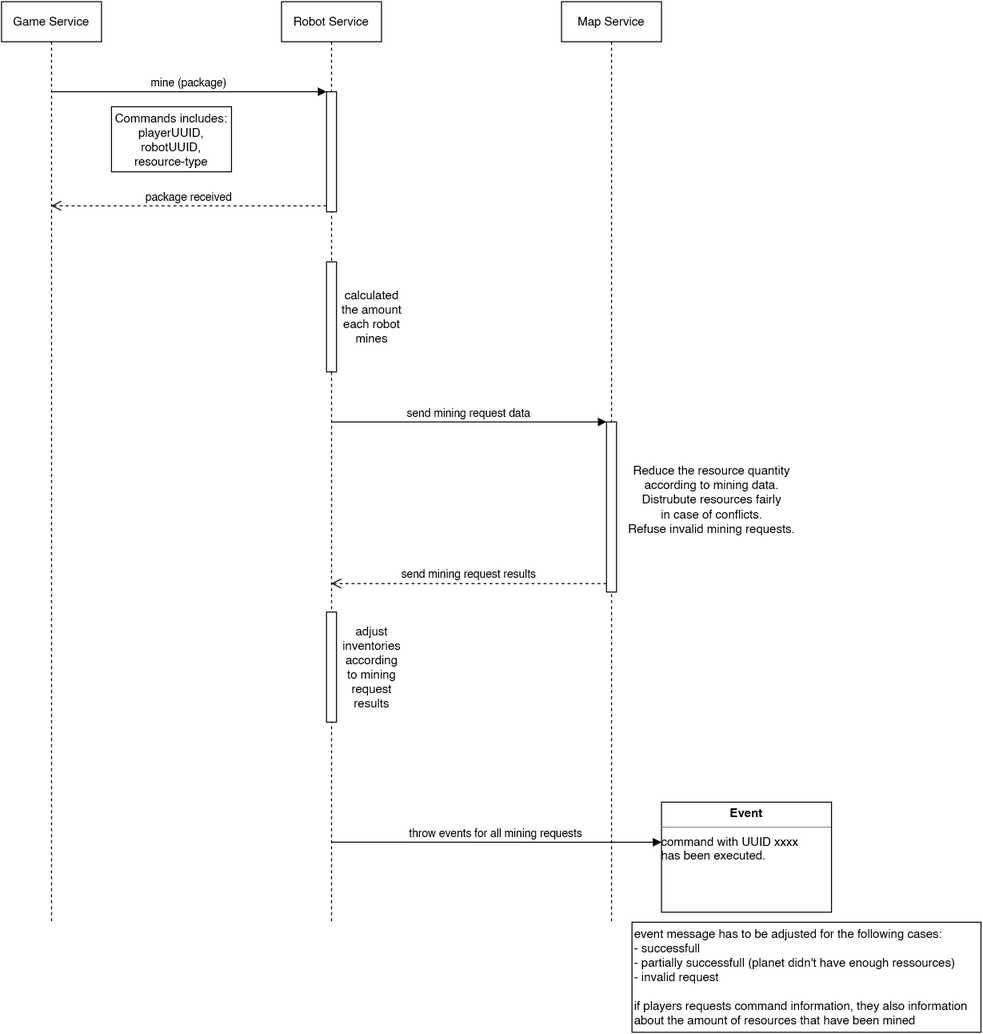
Earlier version of the draw.io export _decisions/images/robot-mining-seq.png (The-Microservice-Dungeon/decisionlog). Source tidied: cells renumbered, new cells last; positions are measured from the earlier drawing's top-left corner, leaving out a move shared by most shapes. Source of this version:
```xml
<mxGraphModel>
  <root>
    <mxCell id="0" />
    <mxCell id="1" parent="0" />
    <mxCell id="2" value="Game Service" style="shape=umlLifeline;perimeter=lifelinePerimeter;whiteSpace=wrap;html=1;outlineConnect=0;" parent="1" vertex="1">
      <mxGeometry width="100" height="920" as="geometry" />
    </mxCell>
    <mxCell id="3" value="Robot Service" style="shape=umlLifeline;perimeter=lifelinePerimeter;whiteSpace=wrap;html=1;outlineConnect=0;" parent="1" vertex="1">
      <mxGeometry x="280" width="100" height="920" as="geometry" />
    </mxCell>
    <mxCell id="4" style="html=1;points=[];perimeter=orthogonalPerimeter;" parent="3" vertex="1">
      <mxGeometry x="45" y="90" width="10" height="120" as="geometry" />
    </mxCell>
    <mxCell id="5" value="&lt;div&gt;calculated&lt;/div&gt;&lt;div&gt;the amount&lt;/div&gt;&lt;div&gt;each robot&lt;/div&gt;&lt;div&gt;mines&lt;br&gt;&lt;/div&gt;" style="html=1;perimeter=orthogonalPerimeter;spacingLeft=80;" parent="3" vertex="1">
      <mxGeometry x="45" y="260" width="10" height="110" as="geometry" />
    </mxCell>
    <mxCell id="6" value="&lt;div&gt;adjust&lt;/div&gt;&lt;div&gt;inventories&lt;/div&gt;&lt;div&gt;according&lt;/div&gt;&lt;div&gt;to mining&lt;/div&gt;&lt;div&gt;request&lt;/div&gt;&lt;div&gt;results&lt;br&gt;&lt;/div&gt;" style="html=1;perimeter=orthogonalPerimeter;spacingLeft=80;" parent="3" vertex="1">
      <mxGeometry x="45" y="610" width="10" height="110" as="geometry" />
    </mxCell>
    <mxCell id="7" value="&lt;p style=&quot;margin: 0px ; margin-top: 4px ; text-align: center&quot;&gt;&lt;b&gt;Event&lt;/b&gt;&lt;/p&gt;&lt;hr size=&quot;1&quot;&gt;&lt;div style=&quot;height: 2px&quot;&gt;command with UUID xxxx&lt;/div&gt;&lt;div style=&quot;height: 2px&quot;&gt;&lt;br&gt;&lt;/div&gt;&lt;div style=&quot;height: 2px&quot;&gt;&lt;br&gt;&lt;/div&gt;&lt;div style=&quot;height: 2px&quot;&gt;&lt;br&gt;&lt;/div&gt;&lt;div style=&quot;height: 2px&quot;&gt;&lt;br&gt;&lt;/div&gt;&lt;div style=&quot;height: 2px&quot;&gt;&lt;br&gt;&lt;/div&gt;&lt;div style=&quot;height: 2px&quot;&gt;&lt;br&gt;&lt;/div&gt;&lt;div style=&quot;height: 2px&quot;&gt;has been executed.&lt;/div&gt;&lt;div style=&quot;height: 2px&quot;&gt;&lt;br&gt;&lt;/div&gt;&lt;div style=&quot;height: 2px&quot;&gt;&lt;br&gt;&lt;/div&gt;&lt;div style=&quot;height: 2px&quot;&gt;&lt;br&gt;&lt;/div&gt;&lt;div style=&quot;height: 2px&quot;&gt;&lt;br&gt;&lt;/div&gt;&lt;div style=&quot;height: 2px&quot;&gt;&lt;br&gt;&lt;/div&gt;&lt;div style=&quot;height: 2px&quot;&gt;&lt;br&gt;&lt;/div&gt;&lt;div style=&quot;height: 2px&quot;&gt;&lt;br&gt;&lt;/div&gt;&lt;div style=&quot;height: 2px&quot;&gt;&lt;br&gt;&lt;/div&gt;&lt;div style=&quot;height: 2px&quot;&gt;&lt;br&gt;&lt;/div&gt;&lt;div style=&quot;height: 2px&quot;&gt;&lt;br&gt;&lt;/div&gt;&lt;div style=&quot;height: 2px&quot;&gt;&lt;br&gt;&lt;/div&gt;&lt;div style=&quot;height: 2px&quot;&gt;&lt;br&gt;&lt;/div&gt;" style="verticalAlign=top;align=left;overflow=fill;fontSize=12;fontFamily=Helvetica;html=1;" parent="1" vertex="1">
      <mxGeometry x="660" y="800" width="170" height="110" as="geometry" />
    </mxCell>
    <mxCell id="8" value="&lt;div&gt;Commands includes:&lt;/div&gt;&lt;div&gt;playerUUID, robotUUID,&lt;/div&gt;&lt;div&gt;resource-type&lt;/div&gt;" style="rounded=0;whiteSpace=wrap;html=1;" parent="1" vertex="1">
      <mxGeometry x="110" y="105" width="120" height="65" as="geometry" />
    </mxCell>
    <mxCell id="9" value="mine (package)" style="html=1;verticalAlign=bottom;endArrow=block;entryX=0;entryY=0;rounded=0;" parent="1" edge="1" source="2" target="4">
      <mxGeometry relative="1" as="geometry" />
    </mxCell>
    <mxCell id="10" value="package received" style="html=1;verticalAlign=bottom;endArrow=open;dashed=1;endSize=8;exitX=0;exitY=0.95;rounded=0;" parent="1" edge="1" source="4" target="2">
      <mxGeometry relative="1" as="geometry" />
    </mxCell>
    <mxCell id="11" value="Map Service" style="shape=umlLifeline;perimeter=lifelinePerimeter;whiteSpace=wrap;html=1;" parent="1" vertex="1">
      <mxGeometry x="560" width="100" height="920" as="geometry" />
    </mxCell>
    <mxCell id="12" value="&lt;div&gt;Reduce the resource quantity&lt;/div&gt;&lt;div&gt;according to mining data.&lt;/div&gt;&lt;div&gt;Distrubute resources fairly&lt;/div&gt;&lt;div&gt;in case of conflicts.&lt;/div&gt;&lt;div&gt;Refuse invalid mining requests.&lt;br&gt;&lt;/div&gt;&lt;div&gt;&lt;br&gt;&lt;/div&gt;" style="html=1;points=[];perimeter=orthogonalPerimeter;spacingLeft=200;" parent="11" vertex="1">
      <mxGeometry x="45" y="420" width="10" height="170" as="geometry" />
    </mxCell>
    <mxCell id="13" value="&lt;div&gt;send mining request data&lt;br&gt;&lt;/div&gt;" style="html=1;verticalAlign=bottom;endArrow=block;entryX=0;entryY=0;rounded=0;" parent="1" edge="1" source="3" target="12">
      <mxGeometry relative="1" as="geometry" />
    </mxCell>
    <mxCell id="14" value="&lt;div&gt;send mining request results&lt;br&gt;&lt;/div&gt;" style="html=1;verticalAlign=bottom;endArrow=open;dashed=1;endSize=8;exitX=0;exitY=0.95;rounded=0;" parent="1" edge="1" source="12" target="3">
      <mxGeometry relative="1" as="geometry" />
    </mxCell>
    <mxCell id="15" value="&lt;div&gt;event message has to be adjusted for the following cases:&lt;/div&gt;&lt;div&gt;- successfull&lt;/div&gt;&lt;div&gt;- partially successfull (planet didn't have enough ressources)&lt;/div&gt;&lt;div&gt;- invalid request&lt;br&gt;&lt;/div&gt;&lt;div&gt;&lt;br&gt;&lt;/div&gt;&lt;div&gt;if players requests command information, they also information&lt;/div&gt;&lt;div&gt;about the amount of resources that have been mined&lt;br&gt;&lt;/div&gt;" style="rounded=0;whiteSpace=wrap;html=1;align=left;" parent="1" vertex="1">
      <mxGeometry x="630.5" y="920" width="349" height="110" as="geometry" />
    </mxCell>
    <mxCell id="16" value="throw events for all mining requests" style="html=1;verticalAlign=bottom;endArrow=block;rounded=0;entryX=0;entryY=0.364;entryDx=0;entryDy=0;entryPerimeter=0;" parent="1" edge="1" source="3" target="7">
      <mxGeometry relative="1" as="geometry">
        <Array as="points">
          <mxPoint x="385" y="840" />
        </Array>
      </mxGeometry>
    </mxCell>
  </root>
</mxGraphModel>
```
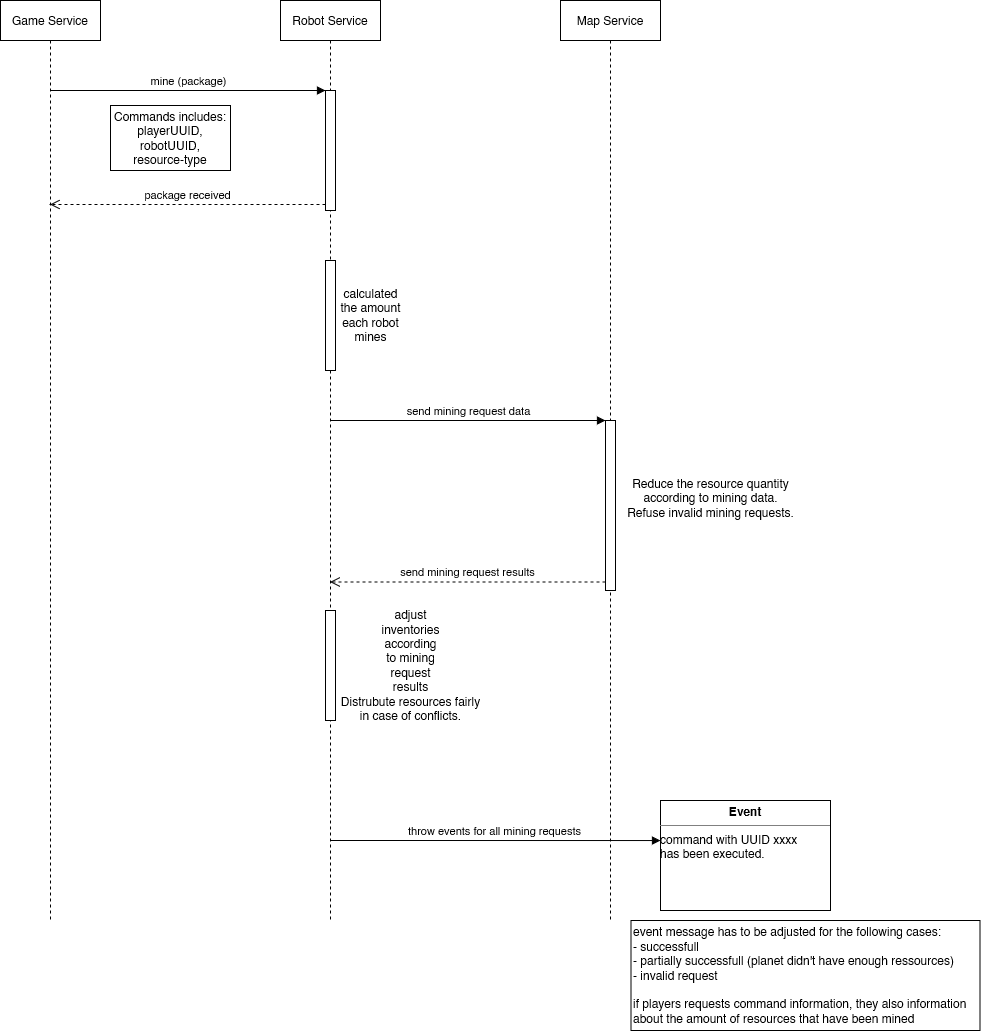
After the change.

Commit message:
Updated Robot Mining Sequence diagram

Change to the diagram source:
```diff
@@ -14,7 +14,7 @@
     <mxCell id="5" value="&lt;div&gt;calculated&lt;/div&gt;&lt;div&gt;the amount&lt;/div&gt;&lt;div&gt;each robot&lt;/div&gt;&lt;div&gt;mines&lt;br&gt;&lt;/div&gt;" style="html=1;perimeter=orthogonalPerimeter;spacingLeft=80;" parent="3" vertex="1">
       <mxGeometry x="45" y="260" width="10" height="110" as="geometry" />
     </mxCell>
-    <mxCell id="6" value="&lt;div&gt;adjust&lt;/div&gt;&lt;div&gt;inventories&lt;/div&gt;&lt;div&gt;according&lt;/div&gt;&lt;div&gt;to mining&lt;/div&gt;&lt;div&gt;request&lt;/div&gt;&lt;div&gt;results&lt;br&gt;&lt;/div&gt;" style="html=1;perimeter=orthogonalPerimeter;spacingLeft=80;" parent="3" vertex="1">
+    <mxCell id="6" value="&lt;div&gt;adjust&lt;/div&gt;&lt;div&gt;inventories&lt;/div&gt;&lt;div&gt;according&lt;/div&gt;&lt;div&gt;to mining&lt;/div&gt;&lt;div&gt;request&lt;/div&gt;&lt;div&gt;results&lt;/div&gt;&lt;div&gt;&lt;div&gt;Distrubute resources fairly&lt;/div&gt;&lt;div&gt;in case of conflicts.&lt;/div&gt;&lt;/div&gt;" style="html=1;perimeter=orthogonalPerimeter;spacingLeft=160;" parent="3" vertex="1">
       <mxGeometry x="45" y="610" width="10" height="110" as="geometry" />
     </mxCell>
     <mxCell id="7" value="&lt;p style=&quot;margin: 0px ; margin-top: 4px ; text-align: center&quot;&gt;&lt;b&gt;Event&lt;/b&gt;&lt;/p&gt;&lt;hr size=&quot;1&quot;&gt;&lt;div style=&quot;height: 2px&quot;&gt;command with UUID xxxx&lt;/div&gt;&lt;div style=&quot;height: 2px&quot;&gt;&lt;br&gt;&lt;/div&gt;&lt;div style=&quot;height: 2px&quot;&gt;&lt;br&gt;&lt;/div&gt;&lt;div style=&quot;height: 2px&quot;&gt;&lt;br&gt;&lt;/div&gt;&lt;div style=&quot;height: 2px&quot;&gt;&lt;br&gt;&lt;/div&gt;&lt;div style=&quot;height: 2px&quot;&gt;&lt;br&gt;&lt;/div&gt;&lt;div style=&quot;height: 2px&quot;&gt;&lt;br&gt;&lt;/div&gt;&lt;div style=&quot;height: 2px&quot;&gt;has been executed.&lt;/div&gt;&lt;div style=&quot;height: 2px&quot;&gt;&lt;br&gt;&lt;/div&gt;&lt;div style=&quot;height: 2px&quot;&gt;&lt;br&gt;&lt;/div&gt;&lt;div style=&quot;height: 2px&quot;&gt;&lt;br&gt;&lt;/div&gt;&lt;div style=&quot;height: 2px&quot;&gt;&lt;br&gt;&lt;/div&gt;&lt;div style=&quot;height: 2px&quot;&gt;&lt;br&gt;&lt;/div&gt;&lt;div style=&quot;height: 2px&quot;&gt;&lt;br&gt;&lt;/div&gt;&lt;div style=&quot;height: 2px&quot;&gt;&lt;br&gt;&lt;/div&gt;&lt;div style=&quot;height: 2px&quot;&gt;&lt;br&gt;&lt;/div&gt;&lt;div style=&quot;height: 2px&quot;&gt;&lt;br&gt;&lt;/div&gt;&lt;div style=&quot;height: 2px&quot;&gt;&lt;br&gt;&lt;/div&gt;&lt;div style=&quot;height: 2px&quot;&gt;&lt;br&gt;&lt;/div&gt;&lt;div style=&quot;height: 2px&quot;&gt;&lt;br&gt;&lt;/div&gt;" style="verticalAlign=top;align=left;overflow=fill;fontSize=12;fontFamily=Helvetica;html=1;" parent="1" vertex="1">
@@ -32,7 +32,7 @@
     <mxCell id="11" value="Map Service" style="shape=umlLifeline;perimeter=lifelinePerimeter;whiteSpace=wrap;html=1;" parent="1" vertex="1">
       <mxGeometry x="560" width="100" height="920" as="geometry" />
     </mxCell>
-    <mxCell id="12" value="&lt;div&gt;Reduce the resource quantity&lt;/div&gt;&lt;div&gt;according to mining data.&lt;/div&gt;&lt;div&gt;Distrubute resources fairly&lt;/div&gt;&lt;div&gt;in case of conflicts.&lt;/div&gt;&lt;div&gt;Refuse invalid mining requests.&lt;br&gt;&lt;/div&gt;&lt;div&gt;&lt;br&gt;&lt;/div&gt;" style="html=1;points=[];perimeter=orthogonalPerimeter;spacingLeft=200;" parent="11" vertex="1">
+    <mxCell id="12" value="&lt;div&gt;Reduce the resource quantity&lt;/div&gt;&lt;div&gt;according to mining data.&lt;/div&gt;&lt;div&gt;Refuse invalid mining requests.&lt;br&gt;&lt;/div&gt;&lt;div&gt;&lt;br&gt;&lt;/div&gt;" style="html=1;points=[];perimeter=orthogonalPerimeter;spacingLeft=200;" parent="11" vertex="1">
       <mxGeometry x="45" y="420" width="10" height="170" as="geometry" />
     </mxCell>
     <mxCell id="13" value="&lt;div&gt;send mining request data&lt;br&gt;&lt;/div&gt;" style="html=1;verticalAlign=bottom;endArrow=block;entryX=0;entryY=0;rounded=0;" parent="1" edge="1" source="3" target="12">
```
